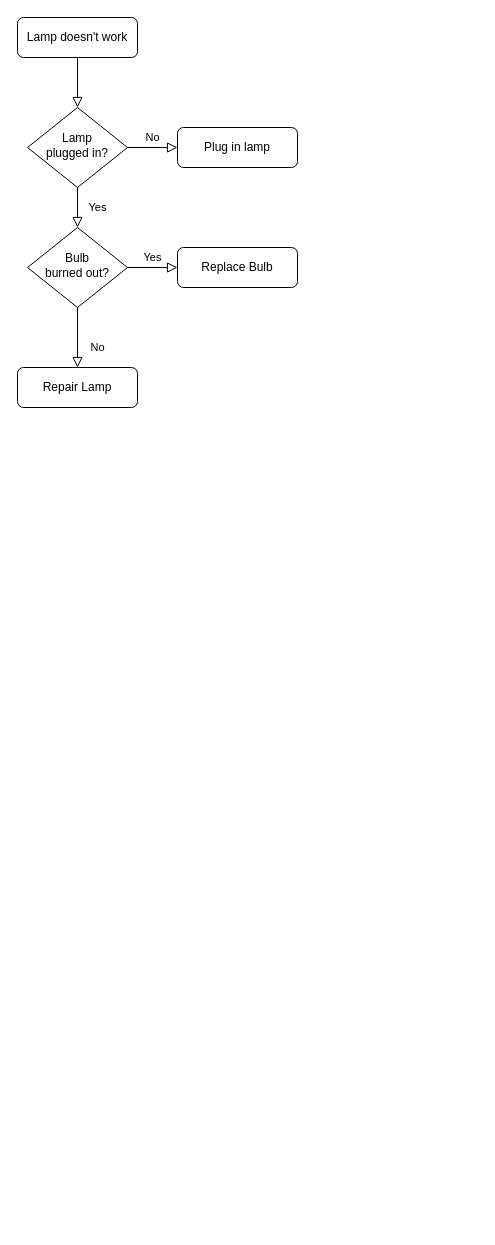
Earlier version of the draw.io diagram 未命名绘图.drawio (haithink/diagrams). Source tidied: cells renumbered, new cells numbered last; positions are measured from the earlier drawing's top-left corner, leaving out a move shared by most shapes. Both pictures are drawn from the tidied source at 100%, with x=0, y=0 at pixel (17, 17).
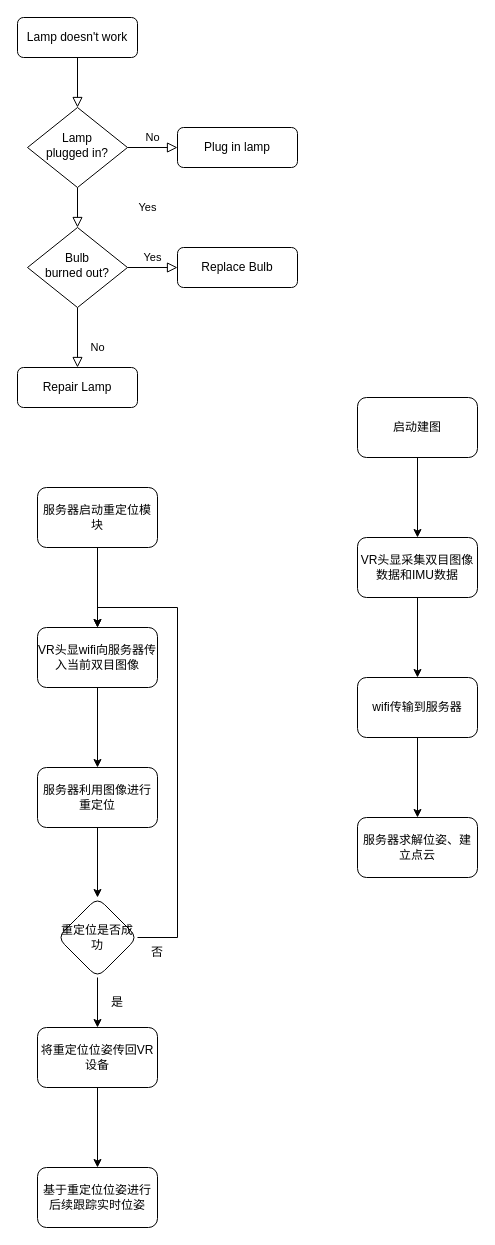
The same page after the edit.

Commit message:
大空间专利.drawio

The change refers to these unchanged cells:
```xml
<mxCell id="6" value="Lamp&lt;br&gt;plugged in?" style="rhombus;whiteSpace=wrap;html=1;shadow=0;fontFamily=Helvetica;fontSize=12;align=center;strokeWidth=1;spacing=6;spacingTop=-4;" parent="1" vertex="1">
  <mxGeometry x="10" y="90" width="100" height="80" as="geometry" />
</mxCell>
<mxCell id="10" value="Bulb&lt;br&gt;burned out?" style="rhombus;whiteSpace=wrap;html=1;shadow=0;fontFamily=Helvetica;fontSize=12;align=center;strokeWidth=1;spacing=6;spacingTop=-4;" parent="1" vertex="1">
  <mxGeometry x="10" y="210" width="100" height="80" as="geometry" />
</mxCell>
```

What changed in the source:
```diff
@@
     <mxCell id="4" value="Yes" style="rounded=0;html=1;jettySize=auto;fontSize=11;endArrow=block;endFill=0;endSize=8;strokeWidth=1;shadow=0;labelBackgroundColor=none;edgeStyle=orthogonalEdgeStyle;" parent="1" edge="1" source="6" target="10">
-      <mxGeometry y="20" relative="1" as="geometry" />
+      <mxGeometry y="70" relative="1" as="geometry" />
     </mxCell>
@@
+    <mxCell id="13" style="edgeStyle=orthogonalEdgeStyle;rounded=0;jettySize=auto;html=1;" parent="1" edge="1" source="14" target="16">
+      <mxGeometry relative="1" as="geometry" />
+    </mxCell>
+    <mxCell id="14" value="启动建图" style="rounded=1;whiteSpace=wrap;html=1;" parent="1" vertex="1">
+      <mxGeometry x="340" y="380" width="120" height="60" as="geometry" />
+    </mxCell>
+    <mxCell id="15" style="edgeStyle=orthogonalEdgeStyle;rounded=0;jettySize=auto;html=1;" parent="1" edge="1" source="16" target="18">
+      <mxGeometry relative="1" as="geometry" />
+    </mxCell>
+    <mxCell id="16" value="VR头显采集双目图像数据和IMU数据" style="whiteSpace=wrap;html=1;rounded=1;" parent="1" vertex="1">
+      <mxGeometry x="340" y="520" width="120" height="60" as="geometry" />
+    </mxCell>
+    <mxCell id="17" style="edgeStyle=orthogonalEdgeStyle;rounded=0;jettySize=auto;html=1;" parent="1" edge="1" source="18" target="19">
+      <mxGeometry relative="1" as="geometry" />
+    </mxCell>
+    <mxCell id="18" value="wifi传输到服务器" style="whiteSpace=wrap;html=1;rounded=1;" parent="1" vertex="1">
+      <mxGeometry x="340" y="660" width="120" height="60" as="geometry" />
+    </mxCell>
+    <mxCell id="19" value="服务器求解位姿、建立点云" style="whiteSpace=wrap;html=1;rounded=1;" parent="1" vertex="1">
+      <mxGeometry x="340" y="800" width="120" height="60" as="geometry" />
+    </mxCell>
+    <mxCell id="20" style="edgeStyle=orthogonalEdgeStyle;rounded=0;jettySize=auto;html=1;" parent="1" edge="1" source="21" target="23">
+      <mxGeometry relative="1" as="geometry" />
+    </mxCell>
+    <mxCell id="21" value="服务器启动重定位模块" style="rounded=1;whiteSpace=wrap;html=1;" parent="1" vertex="1">
+      <mxGeometry x="20" y="470" width="120" height="60" as="geometry" />
+    </mxCell>
+    <mxCell id="22" style="edgeStyle=orthogonalEdgeStyle;rounded=0;jettySize=auto;html=1;" parent="1" edge="1" source="23" target="25">
+      <mxGeometry relative="1" as="geometry" />
+    </mxCell>
+    <mxCell id="23" value="VR头显wifi向服务器传入当前双目图像" style="whiteSpace=wrap;html=1;rounded=1;" parent="1" vertex="1">
+      <mxGeometry x="20" y="610" width="120" height="60" as="geometry" />
+    </mxCell>
+    <mxCell id="24" style="edgeStyle=orthogonalEdgeStyle;rounded=0;jettySize=auto;html=1;" parent="1" edge="1" source="25" target="28">
+      <mxGeometry relative="1" as="geometry" />
+    </mxCell>
+    <mxCell id="25" value="服务器利用图像进行重定位" style="whiteSpace=wrap;html=1;rounded=1;" parent="1" vertex="1">
+      <mxGeometry x="20" y="750" width="120" height="60" as="geometry" />
+    </mxCell>
+    <mxCell id="26" style="edgeStyle=orthogonalEdgeStyle;rounded=0;jettySize=auto;html=1;" parent="1" edge="1" source="28" target="30">
+      <mxGeometry relative="1" as="geometry" />
+    </mxCell>
+    <mxCell id="27" style="edgeStyle=orthogonalEdgeStyle;rounded=0;jettySize=auto;html=1;entryX=0.5;entryY=0;entryDx=0;entryDy=0;" parent="1" edge="1" source="28" target="23">
+      <mxGeometry relative="1" as="geometry">
+        <Array as="points">
+          <mxPoint x="160" y="920" />
+          <mxPoint x="160" y="590" />
+          <mxPoint x="80" y="590" />
+        </Array>
+      </mxGeometry>
+    </mxCell>
+    <mxCell id="28" value="重定位是否成功" style="rhombus;whiteSpace=wrap;html=1;rounded=1;" parent="1" vertex="1">
+      <mxGeometry x="40" y="880" width="80" height="80" as="geometry" />
+    </mxCell>
+    <mxCell id="29" style="edgeStyle=orthogonalEdgeStyle;rounded=0;jettySize=auto;html=1;" parent="1" edge="1" source="30" target="31">
+      <mxGeometry relative="1" as="geometry" />
+    </mxCell>
+    <mxCell id="30" value="将重定位位姿传回VR设备" style="whiteSpace=wrap;html=1;rounded=1;" parent="1" vertex="1">
+      <mxGeometry x="20" y="1010" width="120" height="60" as="geometry" />
+    </mxCell>
+    <mxCell id="31" value="基于重定位位姿进行后续跟踪实时位姿" style="whiteSpace=wrap;html=1;rounded=1;" parent="1" vertex="1">
+      <mxGeometry x="20" y="1150" width="120" height="60" as="geometry" />
+    </mxCell>
+    <mxCell id="32" value="是" style="text;html=1;whiteSpace=wrap;strokeColor=none;fillColor=none;align=center;verticalAlign=middle;rounded=0;" parent="1" vertex="1">
+      <mxGeometry x="70" y="970" width="60" height="30" as="geometry" />
+    </mxCell>
+    <mxCell id="33" value="否" style="text;html=1;whiteSpace=wrap;strokeColor=none;fillColor=none;align=center;verticalAlign=middle;rounded=0;" parent="1" vertex="1">
+      <mxGeometry x="110" y="920" width="60" height="30" as="geometry" />
+    </mxCell>
```
